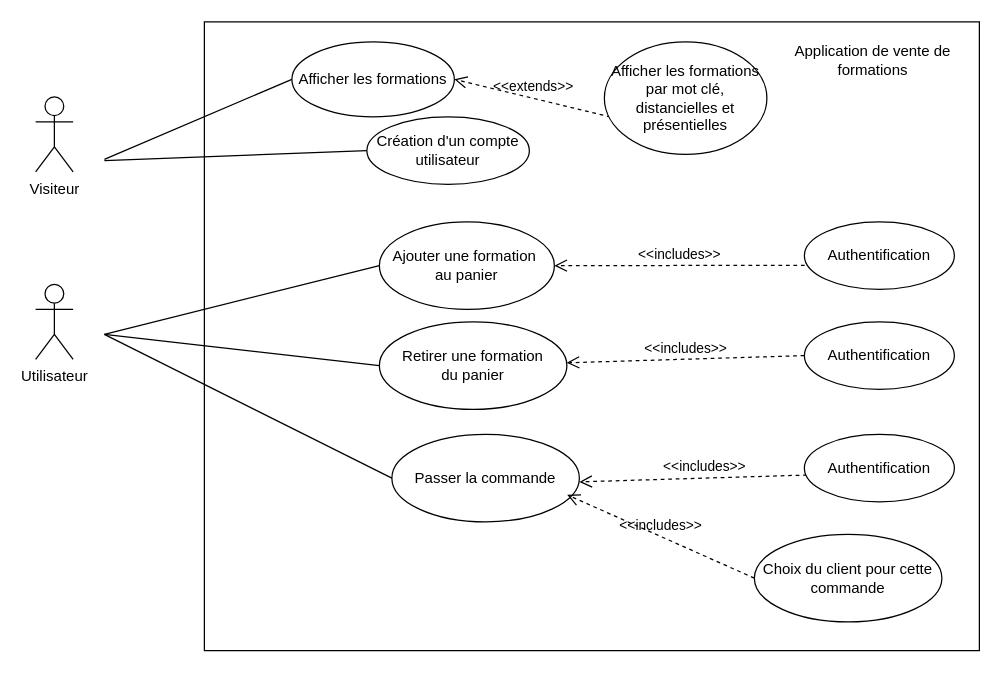
Before: docs/Uses_cases.drawio in severinehmfms/SellingCourses, a draw.io diagram. Source tidied: cells renumbered, new cells numbered last; positions are measured from the earlier drawing's top-left corner, leaving out a move shared by most shapes. Both pictures are drawn from the tidied source at 125%, with x=0, y=0 at pixel (35, 21).
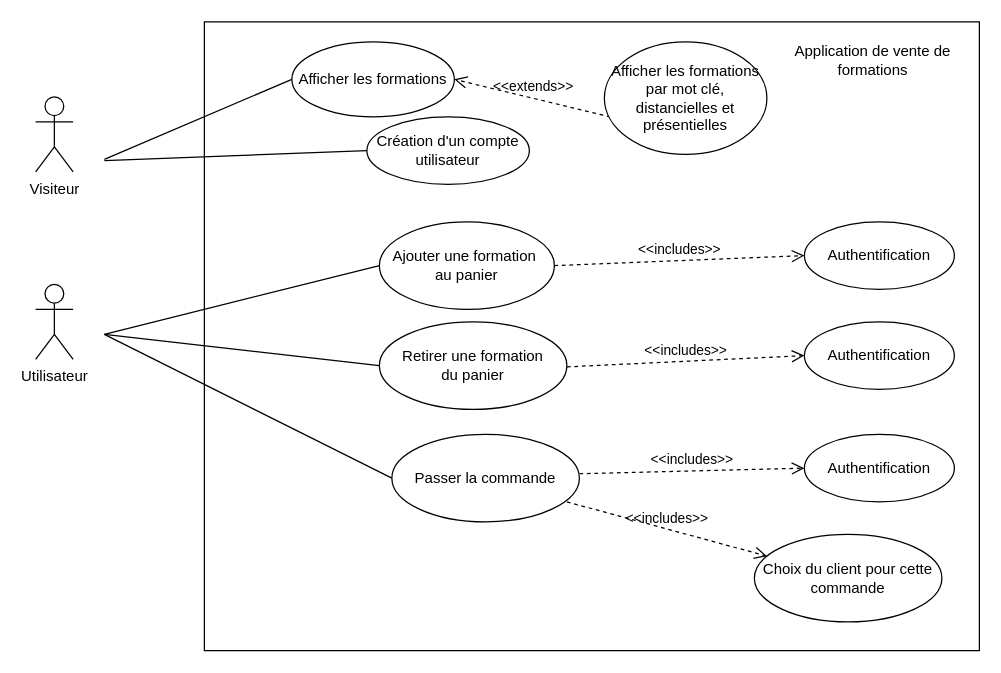
The same page after the edit.

Unchanged cells that the change refers to:
```xml
<mxCell id="8" value="Ajouter une formation&amp;nbsp;&lt;div&gt;au panier&lt;/div&gt;" style="ellipse;whiteSpace=wrap;html=1;" parent="1" vertex="1">
  <mxGeometry x="275" y="160" width="140" height="70" as="geometry" />
</mxCell>
<mxCell id="9" value="Authentification" style="ellipse;whiteSpace=wrap;html=1;" parent="1" vertex="1">
  <mxGeometry x="615" y="160" width="120" height="54" as="geometry" />
</mxCell>
<mxCell id="14" value="Retirer une formation&lt;div&gt;du panier&lt;/div&gt;" style="ellipse;whiteSpace=wrap;html=1;" parent="1" vertex="1">
  <mxGeometry x="275" y="240" width="150" height="70" as="geometry" />
</mxCell>
<mxCell id="19" value="Authentification" style="ellipse;whiteSpace=wrap;html=1;" parent="1" vertex="1">
  <mxGeometry x="615" y="240" width="120" height="54" as="geometry" />
</mxCell>
<mxCell id="20" value="Passer la commande" style="ellipse;whiteSpace=wrap;html=1;" parent="1" vertex="1">
  <mxGeometry x="285" y="330" width="150" height="70" as="geometry" />
</mxCell>
<mxCell id="22" value="Authentification" style="ellipse;whiteSpace=wrap;html=1;" parent="1" vertex="1">
  <mxGeometry x="615" y="330" width="120" height="54" as="geometry" />
</mxCell>
<mxCell id="24" value="Choix du client pour cette commande" style="ellipse;whiteSpace=wrap;html=1;" parent="1" vertex="1">
  <mxGeometry x="575" y="410" width="150" height="70" as="geometry" />
</mxCell>
```

Change to the diagram source:
```diff
@@
-    <mxCell id="11" value="&amp;lt;&amp;lt;includes&amp;gt;&amp;gt;" style="endArrow=open;startArrow=none;endFill=0;startFill=0;endSize=8;html=1;verticalAlign=bottom;dashed=1;labelBackgroundColor=none;rounded=0;entryX=1;entryY=0.5;entryDx=0;entryDy=0;exitX=0.002;exitY=0.644;exitDx=0;exitDy=0;exitPerimeter=0;" parent="1" edge="1" source="9" target="8">
+    <mxCell id="11" value="&amp;lt;&amp;lt;includes&amp;gt;&amp;gt;" style="endArrow=open;startArrow=none;endFill=0;startFill=0;endSize=8;html=1;verticalAlign=bottom;dashed=1;labelBackgroundColor=none;rounded=0;exitX=1;exitY=0.5;exitDx=0;exitDy=0;entryX=0;entryY=0.5;entryDx=0;entryDy=0;" parent="1" edge="1" source="8" target="9">
       <mxGeometry relative="1" as="geometry" />
     </mxCell>
@@
-    <mxCell id="13" value="&amp;lt;&amp;lt;includes&amp;gt;&amp;gt;" style="endArrow=open;startArrow=none;endFill=0;startFill=0;endSize=8;html=1;verticalAlign=bottom;dashed=1;labelBackgroundColor=none;rounded=0;exitX=0;exitY=0.5;exitDx=0;exitDy=0;" parent="1" edge="1" source="19" target="14">
-      <mxGeometry relative="1" as="geometry" />
-    </mxCell>
@@
-    <mxCell id="21" value="&amp;lt;&amp;lt;includes&amp;gt;&amp;gt;" style="endArrow=open;startArrow=none;endFill=0;startFill=0;endSize=8;html=1;verticalAlign=bottom;dashed=1;labelBackgroundColor=none;rounded=0;exitX=0;exitY=0.5;exitDx=0;exitDy=0;" parent="1" edge="1">
-      <mxGeometry relative="1" as="geometry">
-        <mxPoint x="635" y="362" as="sourcePoint" />
-        <mxPoint x="435" y="368" as="targetPoint" />
-      </mxGeometry>
-    </mxCell>
@@
-    <mxCell id="25" value="&amp;lt;&amp;lt;includes&amp;gt;&amp;gt;" style="endArrow=open;startArrow=none;endFill=0;startFill=0;endSize=8;html=1;verticalAlign=bottom;dashed=1;labelBackgroundColor=none;rounded=0;exitX=0;exitY=0.5;exitDx=0;exitDy=0;entryX=0.935;entryY=0.691;entryDx=0;entryDy=0;entryPerimeter=0;" parent="1" edge="1" source="24" target="20">
-      <mxGeometry relative="1" as="geometry" />
-    </mxCell>
+    <mxCell id="26" value="&amp;lt;&amp;lt;includes&amp;gt;&amp;gt;" style="endArrow=open;startArrow=none;endFill=0;startFill=0;endSize=8;html=1;verticalAlign=bottom;dashed=1;labelBackgroundColor=none;rounded=0;exitX=1;exitY=0.5;exitDx=0;exitDy=0;entryX=0;entryY=0.5;entryDx=0;entryDy=0;" parent="1" edge="1" target="19">
+      <mxGeometry relative="1" as="geometry">
+        <mxPoint x="425" y="276" as="sourcePoint" />
+      </mxGeometry>
+    </mxCell>
+    <mxCell id="27" value="&amp;lt;&amp;lt;includes&amp;gt;&amp;gt;" style="endArrow=open;startArrow=none;endFill=0;startFill=0;endSize=8;html=1;verticalAlign=bottom;dashed=1;labelBackgroundColor=none;rounded=0;exitX=1;exitY=0.5;exitDx=0;exitDy=0;entryX=0;entryY=0.5;entryDx=0;entryDy=0;" parent="1" edge="1" target="22">
+      <mxGeometry relative="1" as="geometry">
+        <mxPoint x="435" y="361.5" as="sourcePoint" />
+      </mxGeometry>
+    </mxCell>
+    <mxCell id="28" value="&amp;lt;&amp;lt;includes&amp;gt;&amp;gt;" style="endArrow=open;startArrow=none;endFill=0;startFill=0;endSize=8;html=1;verticalAlign=bottom;dashed=1;labelBackgroundColor=none;rounded=0;" parent="1" edge="1" target="24">
+      <mxGeometry relative="1" as="geometry">
+        <mxPoint x="425" y="384" as="sourcePoint" />
+      </mxGeometry>
+    </mxCell>
```
